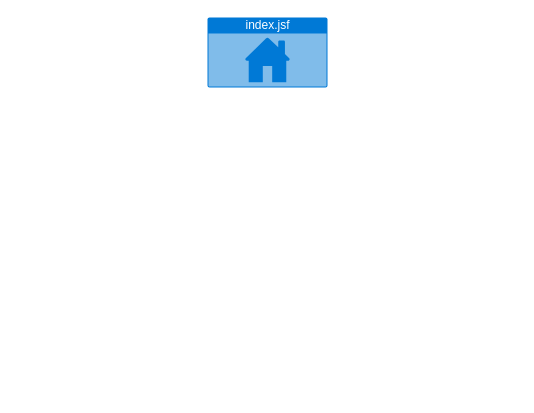
The draw.io diagram documentacion/Untitled Diagram.drawio in nicasop/PROYECTO_INTEGRADOR_P58, before the edit. Source tidied: cells renumbered, new cells numbered last; positions are measured from the earlier drawing's top-left corner, leaving out a move shared by most shapes. Both pictures are drawn from the tidied source at 100%, with x=0, y=0 at pixel (207, 17).
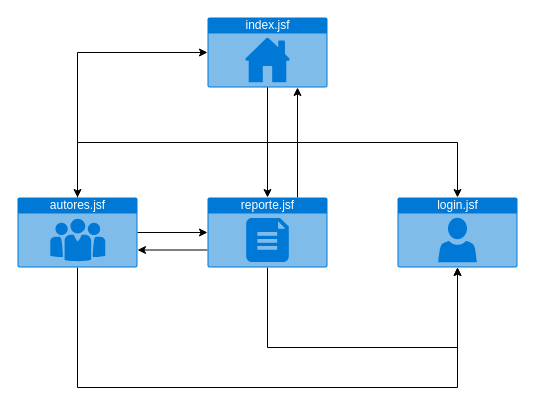
Above is the later version.

Change to the diagram source:
```diff
@@
 <mxGraphModel>
   <root>
     <mxCell id="0" />
     <mxCell id="1" parent="0" />
+    <mxCell id="3" style="edgeStyle=orthogonalEdgeStyle;rounded=0;jettySize=auto;html=1;exitX=0.5;exitY=1;exitDx=0;exitDy=0;exitPerimeter=0;entryX=0.5;entryY=0;entryDx=0;entryDy=0;entryPerimeter=0;" parent="1" edge="1" source="2" target="14">
+      <mxGeometry relative="1" as="geometry" />
+    </mxCell>
+    <mxCell id="4" style="edgeStyle=orthogonalEdgeStyle;rounded=0;jettySize=auto;html=1;exitX=0.5;exitY=1;exitDx=0;exitDy=0;exitPerimeter=0;" parent="1" edge="1" source="2" target="10">
+      <mxGeometry relative="1" as="geometry" />
+    </mxCell>
+    <mxCell id="5" style="edgeStyle=orthogonalEdgeStyle;rounded=0;jettySize=auto;html=1;exitX=0.5;exitY=1;exitDx=0;exitDy=0;exitPerimeter=0;" parent="1" edge="1" source="2" target="6">
+      <mxGeometry relative="1" as="geometry" />
+    </mxCell>
     <mxCell id="2" value="index.jsf" style="html=1;strokeColor=none;fillColor=#0079D6;labelPosition=center;verticalLabelPosition=middle;verticalAlign=top;align=center;fontSize=12;outlineConnect=0;spacingTop=-6;fontColor=#FFFFFF;shape=mxgraph.sitemap.home;" parent="1" vertex="1">
       <mxGeometry width="120" height="70" as="geometry" />
     </mxCell>
+    <mxCell id="6" value="login.jsf&lt;br&gt;" style="html=1;strokeColor=none;fillColor=#0079D6;labelPosition=center;verticalLabelPosition=middle;verticalAlign=top;align=center;fontSize=12;outlineConnect=0;spacingTop=-6;fontColor=#FFFFFF;shape=mxgraph.sitemap.profile;" parent="1" vertex="1">
+      <mxGeometry x="190" y="180" width="120" height="70" as="geometry" />
+    </mxCell>
+    <mxCell id="7" style="edgeStyle=orthogonalEdgeStyle;rounded=0;jettySize=auto;html=1;exitX=0.5;exitY=1;exitDx=0;exitDy=0;exitPerimeter=0;" parent="1" edge="1" source="10">
+      <mxGeometry relative="1" as="geometry">
+        <mxPoint x="250" y="250" as="targetPoint" />
+        <Array as="points">
+          <mxPoint x="60" y="330" />
+          <mxPoint x="250" y="330" />
+        </Array>
+      </mxGeometry>
+    </mxCell>
+    <mxCell id="8" style="edgeStyle=orthogonalEdgeStyle;rounded=0;jettySize=auto;html=1;exitX=0;exitY=0.75;exitDx=0;exitDy=0;exitPerimeter=0;entryX=1;entryY=0.75;entryDx=0;entryDy=0;entryPerimeter=0;" parent="1" edge="1" source="10" target="14">
+      <mxGeometry relative="1" as="geometry" />
+    </mxCell>
+    <mxCell id="9" style="edgeStyle=orthogonalEdgeStyle;rounded=0;jettySize=auto;html=1;exitX=0.75;exitY=0;exitDx=0;exitDy=0;exitPerimeter=0;entryX=0.75;entryY=1;entryDx=0;entryDy=0;entryPerimeter=0;" parent="1" edge="1" source="10" target="2">
+      <mxGeometry relative="1" as="geometry" />
+    </mxCell>
+    <mxCell id="10" value="reporte.jsf" style="html=1;strokeColor=none;fillColor=#0079D6;labelPosition=center;verticalLabelPosition=middle;verticalAlign=top;align=center;fontSize=12;outlineConnect=0;spacingTop=-6;fontColor=#FFFFFF;shape=mxgraph.sitemap.document;" parent="1" vertex="1">
+      <mxGeometry y="180" width="120" height="70" as="geometry" />
+    </mxCell>
+    <mxCell id="11" style="edgeStyle=orthogonalEdgeStyle;rounded=0;jettySize=auto;html=1;exitX=0.5;exitY=1;exitDx=0;exitDy=0;exitPerimeter=0;entryX=0.5;entryY=1;entryDx=0;entryDy=0;entryPerimeter=0;" parent="1" edge="1" source="14" target="6">
+      <mxGeometry relative="1" as="geometry">
+        <Array as="points">
+          <mxPoint x="-130" y="370" />
+          <mxPoint x="250" y="370" />
+        </Array>
+      </mxGeometry>
+    </mxCell>
+    <mxCell id="12" style="edgeStyle=orthogonalEdgeStyle;rounded=0;jettySize=auto;html=1;exitX=1;exitY=0.5;exitDx=0;exitDy=0;exitPerimeter=0;entryX=0;entryY=0.5;entryDx=0;entryDy=0;entryPerimeter=0;" parent="1" edge="1" source="14" target="10">
+      <mxGeometry relative="1" as="geometry" />
+    </mxCell>
+    <mxCell id="13" style="edgeStyle=orthogonalEdgeStyle;rounded=0;jettySize=auto;html=1;exitX=0.5;exitY=0;exitDx=0;exitDy=0;exitPerimeter=0;entryX=0;entryY=0.5;entryDx=0;entryDy=0;entryPerimeter=0;" parent="1" edge="1" source="14" target="2">
+      <mxGeometry relative="1" as="geometry" />
+    </mxCell>
+    <mxCell id="14" value="autores.jsf" style="html=1;strokeColor=none;fillColor=#0079D6;labelPosition=center;verticalLabelPosition=middle;verticalAlign=top;align=center;fontSize=12;outlineConnect=0;spacingTop=-6;fontColor=#FFFFFF;shape=mxgraph.sitemap.about_us;" parent="1" vertex="1">
+      <mxGeometry x="-190" y="180" width="120" height="70" as="geometry" />
+    </mxCell>
   </root>
 </mxGraphModel>
```
